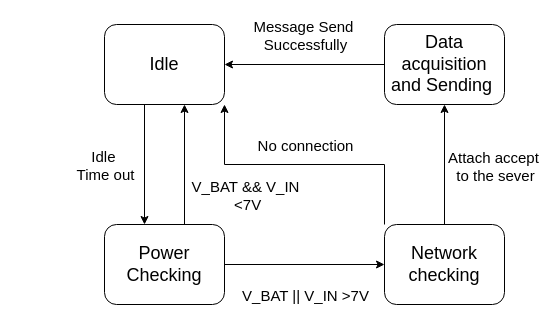
This is State Diagram.drawio from K2ayzz/ForDrawIO, a draw.io file, before an edit. Source tidied: cells renumbered, new cells numbered last; positions are measured from the earlier drawing's top-left corner, leaving out a move shared by most shapes. Both pictures are drawn from the tidied source at 100%, with x=0, y=0 at pixel (104, 24).
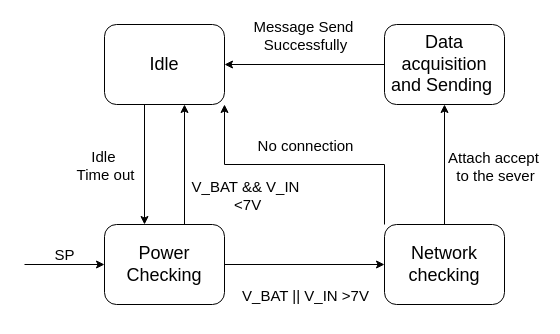
Above is the later version.

Commit message (it also covers changes not shown here):
Cập nhật State Diagram.drawio

Unchanged cells that the change refers to:
```xml
<mxCell id="9" value="&lt;font style=&quot;font-size: 18px;&quot;&gt;Power Checking&lt;/font&gt;" style="rounded=1;whiteSpace=wrap;html=1;" parent="1" vertex="1">
  <mxGeometry y="200" width="120" height="80" as="geometry" />
</mxCell>
```

Diff of the diagram source:
```diff
@@
+    <mxCell id="18" value="SP" style="endArrow=classic;html=1;rounded=0;entryX=0;entryY=0.5;entryDx=0;entryDy=0;fontSize=15;" parent="1" edge="1" target="9">
+      <mxGeometry y="10" relative="1" as="geometry">
+        <mxPoint x="-80" y="240" as="sourcePoint" />
+      </mxGeometry>
+    </mxCell>
```
